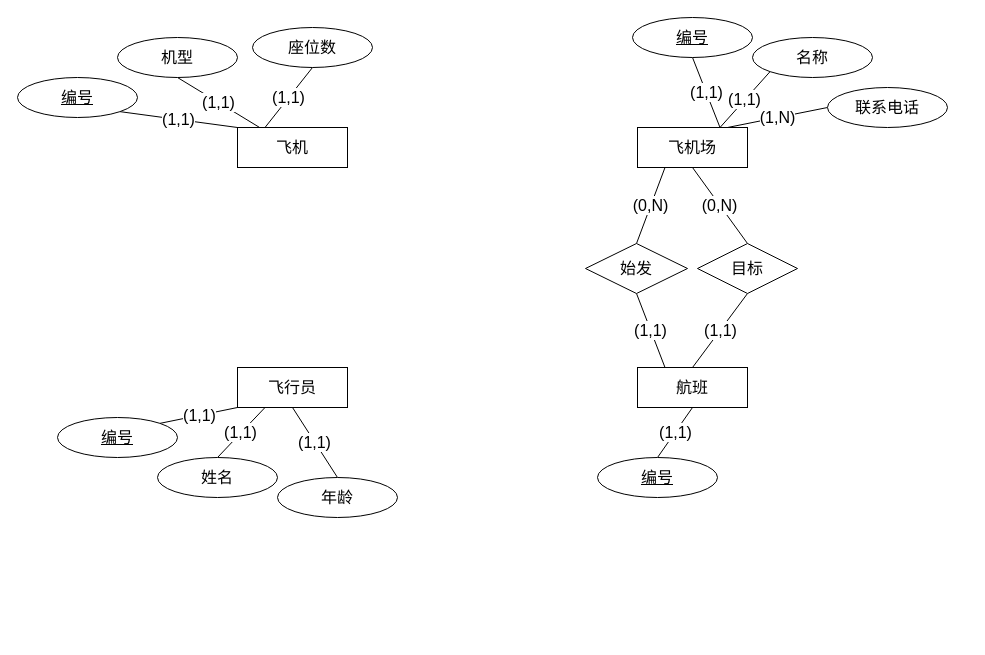
Kristoff-starling/ERDiagrams keeps this draw.io diagram as page "Airline System" (2 of 2) of Untitled Diagram.drawio. Above is the earlier version. Source tidied: cells renumbered, new cells numbered last; positions are measured from the earlier drawing's top-left corner, leaving out a move shared by most shapes. Both pictures are drawn from the tidied source at 100%, with x=0, y=0 at pixel (17, 17).
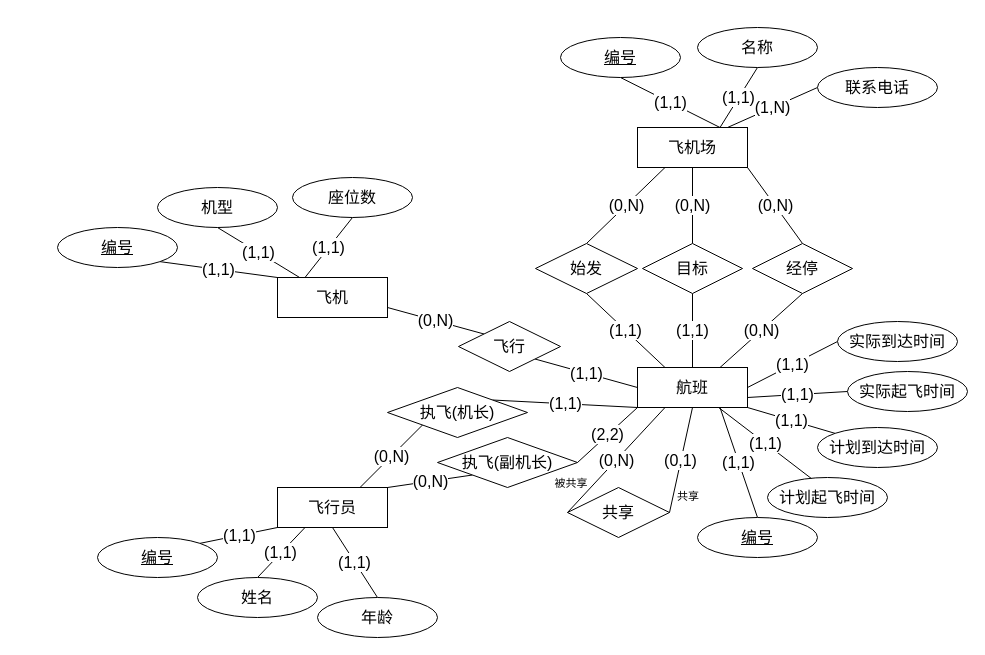
The same page after the edit.

Unchanged cells that the change refers to:
```xml
<mxCell id="16" value="飞机场" style="rounded=0;whiteSpace=wrap;html=1;fontFamily=Helvetica;fontSize=16;fontColor=default;" parent="1" vertex="1">
  <mxGeometry x="620" y="110" width="110" height="40" as="geometry" />
</mxCell>
<mxCell id="24" value="航班" style="rounded=0;whiteSpace=wrap;html=1;fontFamily=Helvetica;fontSize=16;fontColor=default;" parent="1" vertex="1">
  <mxGeometry x="620" y="350" width="110" height="40" as="geometry" />
</mxCell>
```

What changed in the source:
```diff
@@
+    <mxCell id="32" value="&lt;font style=&quot;font-size: 16px;&quot;&gt;(0,N)&lt;/font&gt;" style="edgeStyle=none;shape=connector;rounded=0;jettySize=auto;html=1;exitX=1;exitY=0.75;exitDx=0;exitDy=0;entryX=0;entryY=0;entryDx=0;entryDy=0;labelBackgroundColor=default;strokeColor=default;fontFamily=Helvetica;fontSize=11;fontColor=default;endArrow=none;endFill=0;" parent="1" edge="1" source="3" target="49">
+      <mxGeometry relative="1" as="geometry" />
+    </mxCell>
     <mxCell id="3" value="飞机" style="rounded=0;whiteSpace=wrap;html=1;fontFamily=Helvetica;fontSize=16;fontColor=default;" parent="1" vertex="1">
-      <mxGeometry x="220" y="110" width="110" height="40" as="geometry" />
+      <mxGeometry x="260" y="260" width="110" height="40" as="geometry" />
     </mxCell>
@@
     <mxCell id="5" value="&lt;u&gt;编号&lt;/u&gt;" style="ellipse;whiteSpace=wrap;html=1;fontFamily=Helvetica;fontSize=16;fontColor=default;" parent="1" vertex="1">
-      <mxGeometry y="60" width="120" height="40" as="geometry" />
+      <mxGeometry x="40" y="210" width="120" height="40" as="geometry" />
     </mxCell>
@@
     <mxCell id="7" value="机型" style="ellipse;whiteSpace=wrap;html=1;fontFamily=Helvetica;fontSize=16;fontColor=default;" parent="1" vertex="1">
-      <mxGeometry x="100" y="20" width="120" height="40" as="geometry" />
+      <mxGeometry x="140" y="170" width="120" height="40" as="geometry" />
     </mxCell>
     <mxCell id="8" value="座位数" style="ellipse;whiteSpace=wrap;html=1;fontFamily=Helvetica;fontSize=16;fontColor=default;" parent="1" vertex="1">
-      <mxGeometry x="235" y="10" width="120" height="40" as="geometry" />
+      <mxGeometry x="275" y="160" width="120" height="40" as="geometry" />
     </mxCell>
+    <mxCell id="33" value="(0,N)" style="edgeStyle=none;shape=connector;rounded=0;jettySize=auto;html=1;exitX=0.75;exitY=0;exitDx=0;exitDy=0;entryX=0;entryY=1;entryDx=0;entryDy=0;labelBackgroundColor=default;strokeColor=default;fontFamily=Helvetica;fontSize=16;fontColor=default;endArrow=none;endFill=0;" parent="1" edge="1" source="9" target="51">
+      <mxGeometry relative="1" as="geometry" />
+    </mxCell>
+    <mxCell id="34" value="(0,N)" style="edgeStyle=none;shape=connector;rounded=0;jettySize=auto;html=1;exitX=1;exitY=0;exitDx=0;exitDy=0;entryX=0;entryY=1;entryDx=0;entryDy=0;labelBackgroundColor=default;strokeColor=default;fontFamily=Helvetica;fontSize=16;fontColor=default;endArrow=none;endFill=0;" parent="1" edge="1" source="9" target="53">
+      <mxGeometry relative="1" as="geometry" />
+    </mxCell>
     <mxCell id="9" value="飞行员" style="rounded=0;whiteSpace=wrap;html=1;fontFamily=Helvetica;fontSize=16;fontColor=default;" parent="1" vertex="1">
-      <mxGeometry x="220" y="350" width="110" height="40" as="geometry" />
+      <mxGeometry x="260" y="470" width="110" height="40" as="geometry" />
     </mxCell>
@@
     <mxCell id="11" value="&lt;u&gt;编号&lt;/u&gt;" style="ellipse;whiteSpace=wrap;html=1;fontFamily=Helvetica;fontSize=16;fontColor=default;" parent="1" vertex="1">
-      <mxGeometry x="40" y="400" width="120" height="40" as="geometry" />
+      <mxGeometry x="80" y="520" width="120" height="40" as="geometry" />
     </mxCell>
@@
     <mxCell id="13" value="姓名" style="ellipse;whiteSpace=wrap;html=1;fontFamily=Helvetica;fontSize=16;fontColor=default;" parent="1" vertex="1">
-      <mxGeometry x="140" y="440" width="120" height="40" as="geometry" />
+      <mxGeometry x="180" y="560" width="120" height="40" as="geometry" />
     </mxCell>
@@
     <mxCell id="15" value="年龄" style="ellipse;whiteSpace=wrap;html=1;fontFamily=Helvetica;fontSize=16;fontColor=default;" parent="1" vertex="1">
-      <mxGeometry x="260" y="460" width="120" height="40" as="geometry" />
+      <mxGeometry x="300" y="580" width="120" height="40" as="geometry" />
     </mxCell>
+    <mxCell id="35" value="&lt;font style=&quot;font-size: 16px;&quot;&gt;(0,N)&lt;/font&gt;" style="rounded=0;jettySize=auto;html=1;exitX=1;exitY=1;exitDx=0;exitDy=0;endArrow=none;endFill=0;entryX=0.5;entryY=0;entryDx=0;entryDy=0;" parent="1" edge="1" source="16" target="43">
+      <mxGeometry relative="1" as="geometry" />
+    </mxCell>
@@
     <mxCell id="18" value="&lt;u&gt;编号&lt;/u&gt;" style="ellipse;whiteSpace=wrap;html=1;fontFamily=Helvetica;fontSize=16;fontColor=default;" parent="1" vertex="1">
-      <mxGeometry x="615" width="120" height="40" as="geometry" />
+      <mxGeometry x="543" y="20" width="120" height="40" as="geometry" />
     </mxCell>
-    <mxCell id="19" value="(1,1)" style="edgeStyle=none;shape=connector;rounded=0;jettySize=auto;html=1;exitX=0;exitY=1;exitDx=0;exitDy=0;entryX=0.75;entryY=0;entryDx=0;entryDy=0;labelBackgroundColor=default;strokeColor=default;fontFamily=Helvetica;fontSize=16;fontColor=default;endArrow=none;endFill=0;" parent="1" edge="1" source="20" target="16">
+    <mxCell id="19" value="(1,1)" style="edgeStyle=none;shape=connector;rounded=0;jettySize=auto;html=1;exitX=0.5;exitY=1;exitDx=0;exitDy=0;entryX=0.75;entryY=0;entryDx=0;entryDy=0;labelBackgroundColor=default;strokeColor=default;fontFamily=Helvetica;fontSize=16;fontColor=default;endArrow=none;endFill=0;" parent="1" edge="1" source="20" target="16">
       <mxGeometry relative="1" as="geometry" />
     </mxCell>
     <mxCell id="20" value="名称" style="ellipse;whiteSpace=wrap;html=1;fontFamily=Helvetica;fontSize=16;fontColor=default;" parent="1" vertex="1">
-      <mxGeometry x="735" y="20" width="120" height="40" as="geometry" />
+      <mxGeometry x="680" y="10" width="120" height="40" as="geometry" />
     </mxCell>
@@
     <mxCell id="22" value="联系电话" style="ellipse;whiteSpace=wrap;html=1;fontFamily=Helvetica;fontSize=16;fontColor=default;" parent="1" vertex="1">
-      <mxGeometry x="810" y="70" width="120" height="40" as="geometry" />
+      <mxGeometry x="800" y="50" width="120" height="40" as="geometry" />
     </mxCell>
@@
+    <mxCell id="36" value="(1,1)" style="edgeStyle=none;shape=connector;rounded=0;jettySize=auto;html=1;entryX=0.371;entryY=0.038;entryDx=0;entryDy=0;entryPerimeter=0;labelBackgroundColor=default;strokeColor=default;fontFamily=Helvetica;fontSize=16;fontColor=default;endArrow=none;endFill=0;" parent="1" edge="1" source="24" target="44">
+      <mxGeometry relative="1" as="geometry" />
+    </mxCell>
+    <mxCell id="37" value="(1,1)" style="edgeStyle=none;shape=connector;rounded=0;jettySize=auto;html=1;exitX=1;exitY=1;exitDx=0;exitDy=0;entryX=0;entryY=0;entryDx=0;entryDy=0;labelBackgroundColor=default;strokeColor=default;fontFamily=Helvetica;fontSize=16;fontColor=default;endArrow=none;endFill=0;" parent="1" edge="1" source="24" target="45">
+      <mxGeometry relative="1" as="geometry" />
+    </mxCell>
+    <mxCell id="38" value="(1,1)" style="edgeStyle=none;shape=connector;rounded=0;jettySize=auto;html=1;exitX=1;exitY=0.75;exitDx=0;exitDy=0;entryX=0;entryY=0.5;entryDx=0;entryDy=0;labelBackgroundColor=default;strokeColor=default;fontFamily=Helvetica;fontSize=16;fontColor=default;endArrow=none;endFill=0;" parent="1" edge="1" source="24" target="46">
+      <mxGeometry relative="1" as="geometry" />
+    </mxCell>
+    <mxCell id="39" value="(1,1)" style="edgeStyle=none;shape=connector;rounded=0;jettySize=auto;html=1;exitX=1;exitY=0.5;exitDx=0;exitDy=0;entryX=0;entryY=0.5;entryDx=0;entryDy=0;labelBackgroundColor=default;strokeColor=default;fontFamily=Helvetica;fontSize=16;fontColor=default;endArrow=none;endFill=0;" parent="1" edge="1" source="24" target="47">
+      <mxGeometry relative="1" as="geometry" />
+    </mxCell>
+    <mxCell id="40" value="(0,N)" style="edgeStyle=none;shape=connector;rounded=0;jettySize=auto;html=1;exitX=0.25;exitY=1;exitDx=0;exitDy=0;entryX=0;entryY=0.5;entryDx=0;entryDy=0;labelBackgroundColor=default;strokeColor=default;fontFamily=Helvetica;fontSize=16;fontColor=default;endArrow=none;endFill=0;" parent="1" edge="1" source="24" target="54">
+      <mxGeometry relative="1" as="geometry" />
+    </mxCell>
+    <mxCell id="41" value="(0,1)" style="edgeStyle=none;shape=connector;rounded=0;jettySize=auto;html=1;exitX=0.5;exitY=1;exitDx=0;exitDy=0;entryX=1;entryY=0.5;entryDx=0;entryDy=0;labelBackgroundColor=default;strokeColor=default;fontFamily=Helvetica;fontSize=16;fontColor=default;endArrow=none;endFill=0;" parent="1" edge="1" source="24" target="54">
+      <mxGeometry relative="1" as="geometry" />
+    </mxCell>
@@
-    <mxCell id="25" value="(1,1)" style="edgeStyle=none;shape=connector;rounded=0;jettySize=auto;html=1;exitX=0.5;exitY=0;exitDx=0;exitDy=0;entryX=0.5;entryY=1;entryDx=0;entryDy=0;labelBackgroundColor=default;strokeColor=default;fontFamily=Helvetica;fontSize=16;fontColor=default;endArrow=none;endFill=0;" parent="1" edge="1" source="26" target="24">
+    <mxCell id="25" value="(1,1)" style="edgeStyle=none;shape=connector;rounded=0;jettySize=auto;html=1;exitX=0.5;exitY=0;exitDx=0;exitDy=0;entryX=0.75;entryY=1;entryDx=0;entryDy=0;labelBackgroundColor=default;strokeColor=default;fontFamily=Helvetica;fontSize=16;fontColor=default;endArrow=none;endFill=0;" parent="1" edge="1" source="26" target="24">
       <mxGeometry relative="1" as="geometry" />
     </mxCell>
     <mxCell id="26" value="&lt;u&gt;编号&lt;/u&gt;" style="ellipse;whiteSpace=wrap;html=1;fontFamily=Helvetica;fontSize=16;fontColor=default;" parent="1" vertex="1">
-      <mxGeometry x="580" y="440" width="120" height="40" as="geometry" />
+      <mxGeometry x="680" y="500" width="120" height="40" as="geometry" />
     </mxCell>
@@
     <mxCell id="28" value="始发" style="rhombus;whiteSpace=wrap;html=1;fontFamily=Helvetica;fontSize=16;fontColor=default;" parent="1" vertex="1">
-      <mxGeometry x="568" y="226" width="102" height="50" as="geometry" />
+      <mxGeometry x="518" y="226" width="102" height="50" as="geometry" />
     </mxCell>
@@
     <mxCell id="31" value="目标" style="rhombus;whiteSpace=wrap;html=1;fontFamily=Helvetica;fontSize=16;fontColor=default;" parent="1" vertex="1">
-      <mxGeometry x="680" y="226" width="100" height="50" as="geometry" />
+      <mxGeometry x="625" y="226" width="100" height="50" as="geometry" />
     </mxCell>
+    <mxCell id="42" value="(0,N)" style="edgeStyle=none;shape=connector;rounded=0;jettySize=auto;html=1;exitX=0.5;exitY=1;exitDx=0;exitDy=0;entryX=0.75;entryY=0;entryDx=0;entryDy=0;labelBackgroundColor=default;strokeColor=default;fontFamily=Helvetica;fontSize=16;fontColor=default;endArrow=none;endFill=0;" parent="1" edge="1" source="43" target="24">
+      <mxGeometry relative="1" as="geometry" />
+    </mxCell>
+    <mxCell id="43" value="经停" style="rhombus;whiteSpace=wrap;html=1;fontFamily=Helvetica;fontSize=16;fontColor=default;" parent="1" vertex="1">
+      <mxGeometry x="735" y="226" width="100" height="50" as="geometry" />
+    </mxCell>
+    <mxCell id="44" value="计划起飞时间" style="ellipse;whiteSpace=wrap;html=1;fontFamily=Helvetica;fontSize=16;fontColor=default;" parent="1" vertex="1">
+      <mxGeometry x="750" y="460" width="120" height="40" as="geometry" />
+    </mxCell>
+    <mxCell id="45" value="计划到达时间" style="ellipse;whiteSpace=wrap;html=1;fontFamily=Helvetica;fontSize=16;fontColor=default;" parent="1" vertex="1">
+      <mxGeometry x="800" y="410" width="120" height="40" as="geometry" />
+    </mxCell>
+    <mxCell id="46" value="实际起飞时间" style="ellipse;whiteSpace=wrap;html=1;fontFamily=Helvetica;fontSize=16;fontColor=default;" parent="1" vertex="1">
+      <mxGeometry x="830" y="354" width="120" height="40" as="geometry" />
+    </mxCell>
+    <mxCell id="47" value="实际到达时间" style="ellipse;whiteSpace=wrap;html=1;fontFamily=Helvetica;fontSize=16;fontColor=default;" parent="1" vertex="1">
+      <mxGeometry x="820" y="304" width="120" height="40" as="geometry" />
+    </mxCell>
+    <mxCell id="48" value="(1,1)" style="edgeStyle=none;shape=connector;rounded=0;jettySize=auto;html=1;exitX=1;exitY=1;exitDx=0;exitDy=0;entryX=0;entryY=0.5;entryDx=0;entryDy=0;labelBackgroundColor=default;strokeColor=default;fontFamily=Helvetica;fontSize=16;fontColor=default;endArrow=none;endFill=0;" parent="1" edge="1" source="49" target="24">
+      <mxGeometry relative="1" as="geometry" />
+    </mxCell>
+    <mxCell id="49" value="飞行" style="rhombus;whiteSpace=wrap;html=1;fontFamily=Helvetica;fontSize=16;fontColor=default;" parent="1" vertex="1">
+      <mxGeometry x="441" y="304" width="102" height="50" as="geometry" />
+    </mxCell>
+    <mxCell id="50" value="(1,1)" style="edgeStyle=none;shape=connector;rounded=0;jettySize=auto;html=1;exitX=1;exitY=0;exitDx=0;exitDy=0;entryX=0;entryY=1;entryDx=0;entryDy=0;labelBackgroundColor=default;strokeColor=default;fontFamily=Helvetica;fontSize=16;fontColor=default;endArrow=none;endFill=0;" parent="1" edge="1" source="51" target="24">
+      <mxGeometry relative="1" as="geometry" />
+    </mxCell>
+    <mxCell id="51" value="执飞(机长)" style="rhombus;whiteSpace=wrap;html=1;fontFamily=Helvetica;fontSize=16;fontColor=default;" parent="1" vertex="1">
+      <mxGeometry x="370" y="370" width="140" height="50" as="geometry" />
+    </mxCell>
+    <mxCell id="52" value="(2,2)" style="edgeStyle=none;shape=connector;rounded=0;jettySize=auto;html=1;exitX=1;exitY=0.5;exitDx=0;exitDy=0;entryX=0;entryY=1;entryDx=0;entryDy=0;labelBackgroundColor=default;strokeColor=default;fontFamily=Helvetica;fontSize=16;fontColor=default;endArrow=none;endFill=0;" parent="1" edge="1" source="53" target="24">
+      <mxGeometry relative="1" as="geometry" />
+    </mxCell>
+    <mxCell id="53" value="执飞(副机长)" style="rhombus;whiteSpace=wrap;html=1;fontFamily=Helvetica;fontSize=16;fontColor=default;" parent="1" vertex="1">
+      <mxGeometry x="420" y="420" width="140" height="50" as="geometry" />
+    </mxCell>
+    <mxCell id="54" value="共享" style="rhombus;whiteSpace=wrap;html=1;fontFamily=Helvetica;fontSize=16;fontColor=default;" parent="1" vertex="1">
+      <mxGeometry x="550" y="470" width="102" height="50" as="geometry" />
+    </mxCell>
+    <mxCell id="55" value="&lt;font style=&quot;font-size: 11px;&quot;&gt;被共享&lt;/font&gt;" style="text;html=1;strokeColor=none;fillColor=none;align=center;verticalAlign=middle;whiteSpace=wrap;rounded=0;fontFamily=Helvetica;fontSize=16;fontColor=default;" parent="1" vertex="1">
+      <mxGeometry x="524" y="449" width="60" height="30" as="geometry" />
+    </mxCell>
+    <mxCell id="56" value="&lt;font style=&quot;font-size: 11px;&quot;&gt;共享&lt;/font&gt;" style="text;html=1;strokeColor=none;fillColor=none;align=center;verticalAlign=middle;whiteSpace=wrap;rounded=0;fontFamily=Helvetica;fontSize=16;fontColor=default;" parent="1" vertex="1">
+      <mxGeometry x="641" y="462" width="60" height="30" as="geometry" />
+    </mxCell>
```
